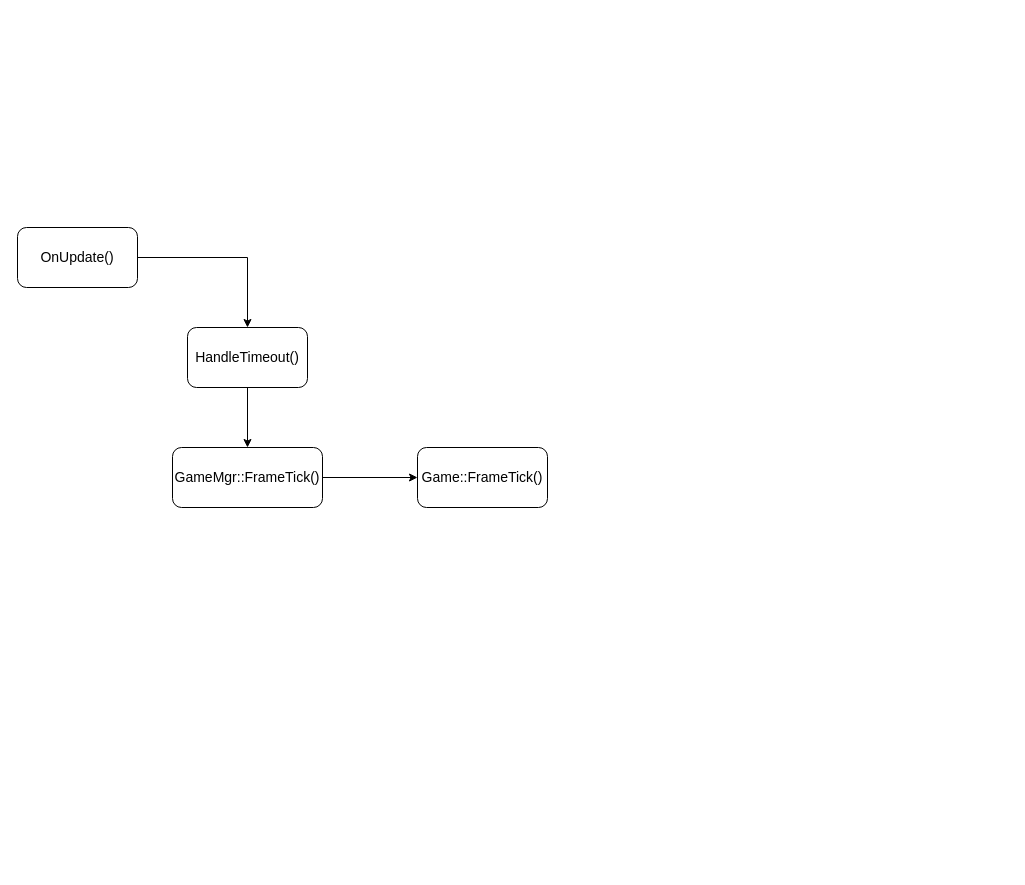
The draw.io diagram pvp.drawio in walkerdu/draw_io, before the edit. Source tidied: cells renumbered, new cells numbered last; positions are measured from the earlier drawing's top-left corner, leaving out a move shared by most shapes. Both pictures are drawn from the tidied source at 100%, with x=0, y=0 at pixel (17, 227).
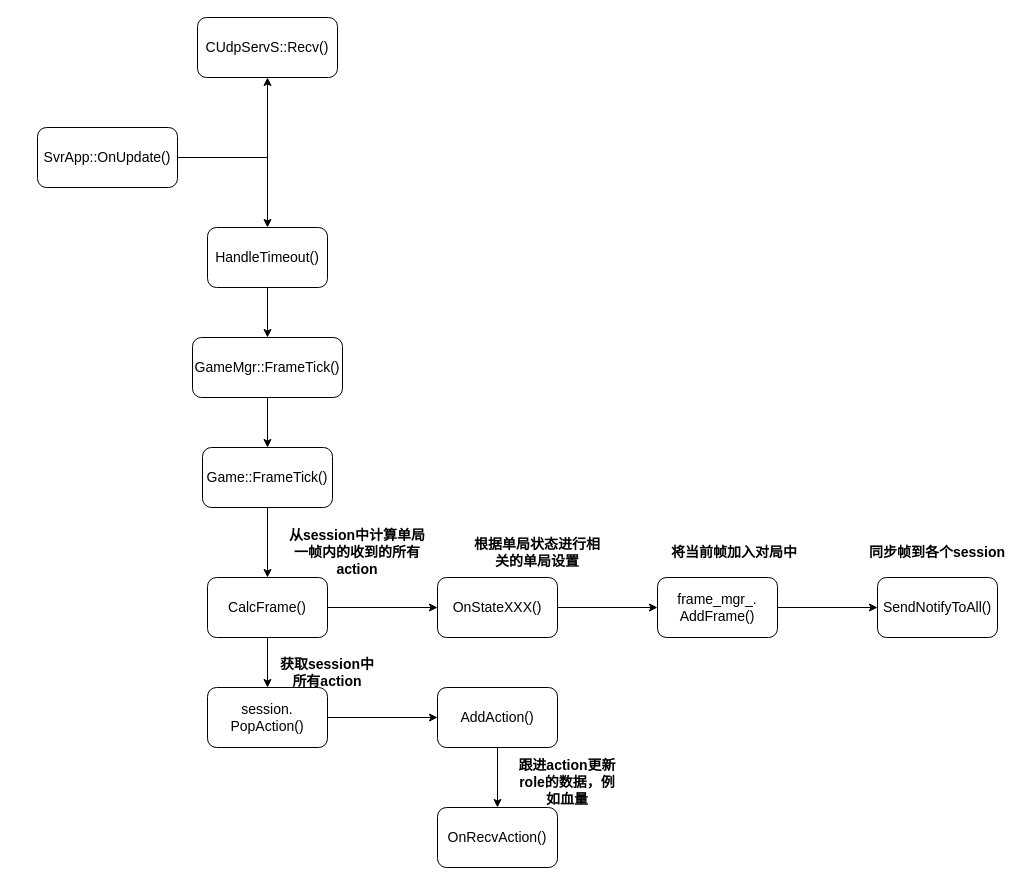
After the change.

Change to the diagram source:
```diff
@@
+    <mxCell id="9" style="edgeStyle=orthogonalEdgeStyle;rounded=0;jettySize=auto;html=1;" parent="1" edge="1" source="3" target="15">
+      <mxGeometry relative="1" as="geometry" />
+    </mxCell>
-    <mxCell id="3" value="&lt;font style=&quot;font-size: 14px&quot;&gt;OnUpdate()&lt;/font&gt;" style="rounded=1;whiteSpace=wrap;html=1;" parent="1" vertex="1">
-      <mxGeometry width="120" height="60" as="geometry" />
+    <mxCell id="3" value="&lt;font style=&quot;font-size: 14px&quot;&gt;SvrApp::OnUpdate()&lt;/font&gt;" style="rounded=1;whiteSpace=wrap;html=1;" parent="1" vertex="1">
+      <mxGeometry x="20" y="-100" width="140" height="60" as="geometry" />
     </mxCell>
@@
     <mxCell id="5" value="&lt;font style=&quot;font-size: 14px&quot;&gt;HandleTimeout()&lt;/font&gt;" style="whiteSpace=wrap;html=1;rounded=1;" parent="1" vertex="1">
-      <mxGeometry x="170" y="100" width="120" height="60" as="geometry" />
+      <mxGeometry x="190" width="120" height="60" as="geometry" />
     </mxCell>
@@
     <mxCell id="7" value="&lt;font style=&quot;font-size: 14px&quot;&gt;GameMgr::FrameTick()&lt;/font&gt;" style="whiteSpace=wrap;html=1;rounded=1;" parent="1" vertex="1">
-      <mxGeometry x="155" y="220" width="150" height="60" as="geometry" />
+      <mxGeometry x="175" y="110" width="150" height="60" as="geometry" />
     </mxCell>
+    <mxCell id="10" style="edgeStyle=orthogonalEdgeStyle;rounded=0;jettySize=auto;html=1;" parent="1" edge="1" source="8" target="27">
+      <mxGeometry relative="1" as="geometry" />
+    </mxCell>
     <mxCell id="8" value="&lt;font style=&quot;font-size: 14px&quot;&gt;Game::FrameTick()&lt;/font&gt;" style="whiteSpace=wrap;html=1;rounded=1;" parent="1" vertex="1">
-      <mxGeometry x="400" y="220" width="130" height="60" as="geometry" />
+      <mxGeometry x="185" y="220" width="130" height="60" as="geometry" />
     </mxCell>
+    <mxCell id="11" value="&lt;font style=&quot;font-size: 14px&quot;&gt;从session中计算单局一帧内的收到的所有action&lt;/font&gt;" style="text;html=1;strokeColor=none;fillColor=none;align=center;verticalAlign=middle;whiteSpace=wrap;rounded=0;fontStyle=1;" parent="1" vertex="1">
+      <mxGeometry x="270" y="310" width="140" height="30" as="geometry" />
+    </mxCell>
+    <mxCell id="12" style="edgeStyle=orthogonalEdgeStyle;rounded=0;jettySize=auto;html=1;" parent="1" edge="1" source="13" target="24">
+      <mxGeometry relative="1" as="geometry" />
+    </mxCell>
+    <mxCell id="13" value="&lt;font style=&quot;font-size: 14px&quot;&gt;OnStateXXX()&lt;/font&gt;" style="whiteSpace=wrap;html=1;rounded=1;" parent="1" vertex="1">
+      <mxGeometry x="420" y="350" width="120" height="60" as="geometry" />
+    </mxCell>
+    <mxCell id="14" value="&lt;span style=&quot;font-size: 14px&quot;&gt;根据单局状态进行相关的单局设置&lt;/span&gt;" style="text;html=1;strokeColor=none;fillColor=none;align=center;verticalAlign=middle;whiteSpace=wrap;rounded=0;fontStyle=1;" parent="1" vertex="1">
+      <mxGeometry x="450" y="310" width="140" height="30" as="geometry" />
+    </mxCell>
+    <mxCell id="15" value="&lt;font style=&quot;font-size: 14px&quot;&gt;CUdpServS::Recv()&lt;/font&gt;" style="whiteSpace=wrap;html=1;rounded=1;" parent="1" vertex="1">
+      <mxGeometry x="180" y="-210" width="140" height="60" as="geometry" />
+    </mxCell>
+    <mxCell id="16" style="edgeStyle=orthogonalEdgeStyle;rounded=0;jettySize=auto;html=1;" parent="1" edge="1" source="24" target="18">
+      <mxGeometry relative="1" as="geometry" />
+    </mxCell>
+    <mxCell id="17" value="&lt;span style=&quot;font-size: 14px&quot;&gt;将当前帧加入对局中&lt;/span&gt;" style="text;html=1;strokeColor=none;fillColor=none;align=center;verticalAlign=middle;whiteSpace=wrap;rounded=0;fontStyle=1;" parent="1" vertex="1">
+      <mxGeometry x="647" y="310" width="140" height="30" as="geometry" />
+    </mxCell>
+    <mxCell id="18" value="&lt;font style=&quot;font-size: 14px&quot;&gt;SendNotifyToAll()&lt;/font&gt;" style="whiteSpace=wrap;html=1;rounded=1;" parent="1" vertex="1">
+      <mxGeometry x="860" y="350" width="120" height="60" as="geometry" />
+    </mxCell>
+    <mxCell id="19" value="&lt;span style=&quot;font-size: 14px&quot;&gt;同步帧到各个session&lt;/span&gt;" style="text;html=1;strokeColor=none;fillColor=none;align=center;verticalAlign=middle;whiteSpace=wrap;rounded=0;fontStyle=1;" parent="1" vertex="1">
+      <mxGeometry x="850" y="310" width="140" height="30" as="geometry" />
+    </mxCell>
+    <mxCell id="20" style="edgeStyle=orthogonalEdgeStyle;rounded=0;jettySize=auto;html=1;" parent="1" edge="1" source="21" target="23">
+      <mxGeometry relative="1" as="geometry" />
+    </mxCell>
+    <mxCell id="21" value="&lt;font style=&quot;font-size: 14px&quot;&gt;session.&lt;br&gt;PopAction()&lt;/font&gt;" style="whiteSpace=wrap;html=1;rounded=1;" parent="1" vertex="1">
+      <mxGeometry x="190" y="460" width="120" height="60" as="geometry" />
+    </mxCell>
+    <mxCell id="22" style="edgeStyle=orthogonalEdgeStyle;rounded=0;jettySize=auto;html=1;" parent="1" edge="1" source="23" target="29">
+      <mxGeometry relative="1" as="geometry" />
+    </mxCell>
+    <mxCell id="23" value="&lt;span style=&quot;font-size: 14px&quot;&gt;AddAction()&lt;/span&gt;" style="whiteSpace=wrap;html=1;rounded=1;" parent="1" vertex="1">
+      <mxGeometry x="420" y="460" width="120" height="60" as="geometry" />
+    </mxCell>
+    <mxCell id="24" value="&lt;font style=&quot;font-size: 14px&quot;&gt;frame_mgr_.&lt;br&gt;AddFrame()&lt;/font&gt;" style="whiteSpace=wrap;html=1;rounded=1;" parent="1" vertex="1">
+      <mxGeometry x="640" y="350" width="120" height="60" as="geometry" />
+    </mxCell>
+    <mxCell id="25" style="edgeStyle=orthogonalEdgeStyle;rounded=0;jettySize=auto;html=1;" parent="1" edge="1" source="27" target="13">
+      <mxGeometry relative="1" as="geometry" />
+    </mxCell>
+    <mxCell id="26" style="edgeStyle=orthogonalEdgeStyle;rounded=0;jettySize=auto;html=1;" parent="1" edge="1" source="27" target="21">
+      <mxGeometry relative="1" as="geometry" />
+    </mxCell>
+    <mxCell id="27" value="&lt;font style=&quot;font-size: 14px&quot;&gt;CalcFrame()&lt;/font&gt;" style="whiteSpace=wrap;html=1;rounded=1;" parent="1" vertex="1">
+      <mxGeometry x="190" y="350" width="120" height="60" as="geometry" />
+    </mxCell>
+    <mxCell id="28" value="&lt;font style=&quot;font-size: 14px&quot;&gt;获取session中所有action&lt;/font&gt;" style="text;html=1;strokeColor=none;fillColor=none;align=center;verticalAlign=middle;whiteSpace=wrap;rounded=0;fontStyle=1;" parent="1" vertex="1">
+      <mxGeometry x="260" y="430" width="100" height="30" as="geometry" />
+    </mxCell>
+    <mxCell id="29" value="&lt;font style=&quot;font-size: 14px&quot;&gt;OnRecvAction()&lt;/font&gt;" style="whiteSpace=wrap;html=1;rounded=1;" parent="1" vertex="1">
+      <mxGeometry x="420" y="580" width="120" height="60" as="geometry" />
+    </mxCell>
+    <mxCell id="30" value="&lt;span style=&quot;font-size: 14px&quot;&gt;跟进action更新role的数据，例如血量&lt;/span&gt;" style="text;html=1;strokeColor=none;fillColor=none;align=center;verticalAlign=middle;whiteSpace=wrap;rounded=0;fontStyle=1;" parent="1" vertex="1">
+      <mxGeometry x="500" y="540" width="100" height="30" as="geometry" />
+    </mxCell>
```
